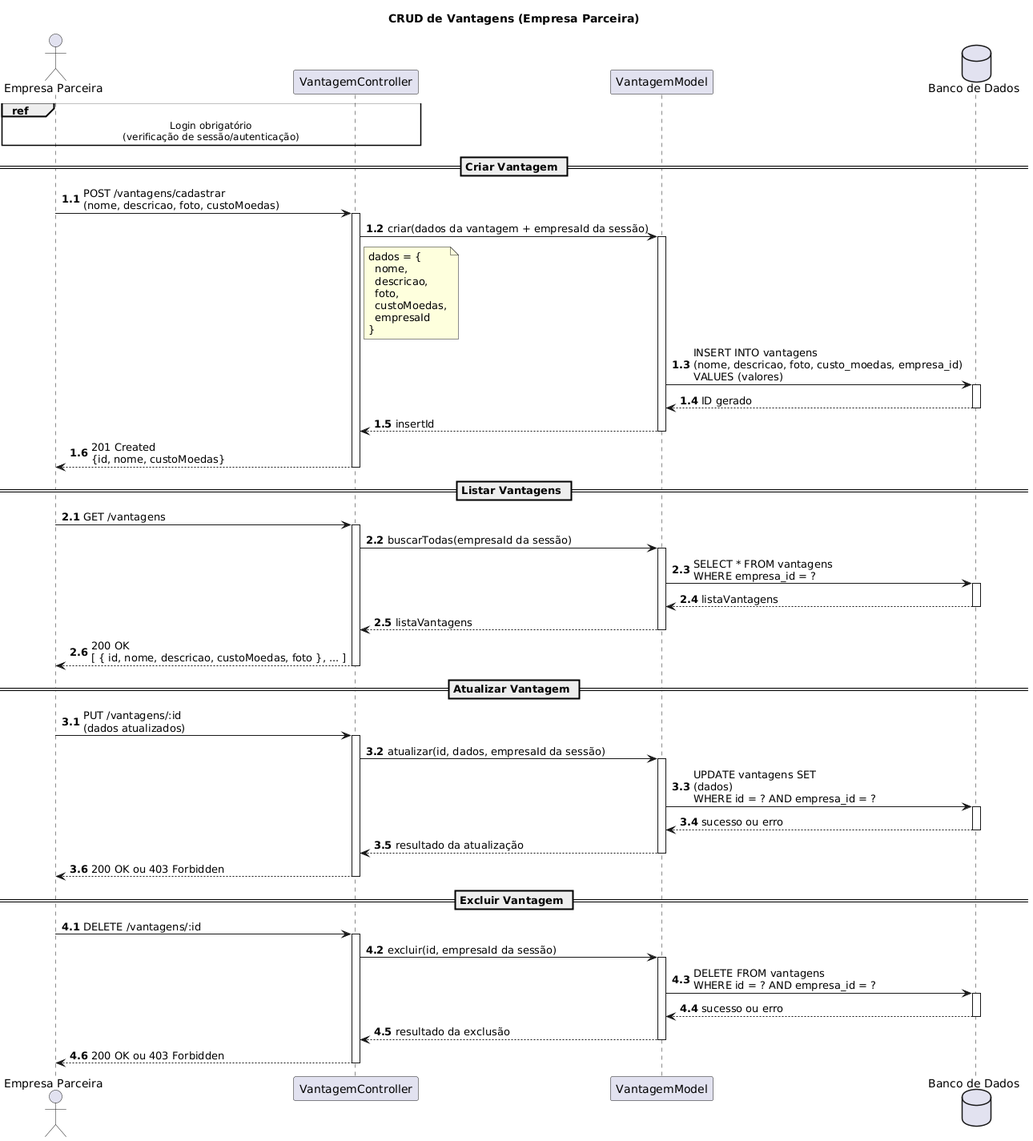
The PlantUML diagram project/img/DiagramaDeSequenciaCadastrarVantagens.png in Eduuhms/LDS-Sistema-de-Moeda-Estudantil, before a commit.
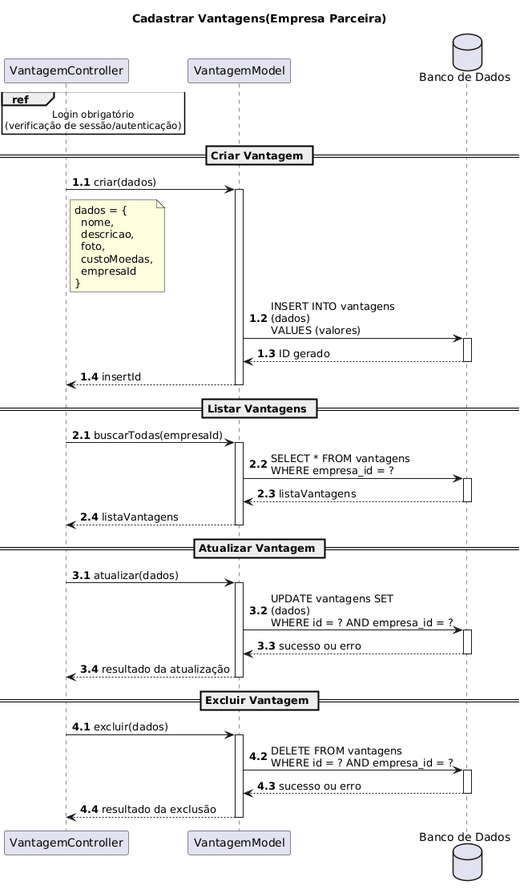
Above is the later version.

Commit message:
corrigindo diagramas antigos

Diff of the diagram source:
```diff
@@ -1,19 +1,15 @@
 @startuml
-title CRUD de Vantagens (Empresa Parceira)
+title Cadastrar Vantagens(Empresa Parceira)
 
-actor "Empresa Parceira" as Empresa
 participant "VantagemController" as Controller
 participant "VantagemModel" as Model
 database "Banco de Dados" as DB
 
-ref over Empresa, Controller : Login obrigatório\n(verificação de sessão/autenticação)
+ref over Controller : Login obrigatório\n(verificação de sessão/autenticação)
 
 == Criar Vantagem ==
 autonumber 1.1
-Empresa -> Controller: POST /vantagens/cadastrar\n(nome, descricao, foto, custoMoedas)
-activate Controller
-
-Controller -> Model: criar(dados da vantagem + empresaId da sessão)
+Controller -> Model: criar(dados)
 activate Model
 note right of Controller
 dados = {
@@ -25,7 +21,7 @@
 }
 end note
 
-Model -> DB: INSERT INTO vantagens\n(nome, descricao, foto, custo_moedas, empresa_id)\nVALUES (valores)
+Model -> DB: INSERT INTO vantagens\n(dados)\nVALUES (valores)
 activate DB
 DB --> Model: ID gerado
 deactivate DB
@@ -33,15 +29,9 @@
 Model --> Controller: insertId
 deactivate Model
 
-Controller --> Empresa: 201 Created\n{id, nome, custoMoedas}
-deactivate Controller
-
 == Listar Vantagens ==
 autonumber 2.1
-Empresa -> Controller: GET /vantagens
-activate Controller
-
-Controller -> Model: buscarTodas(empresaId da sessão)
+Controller -> Model: buscarTodas(empresaId)
 activate Model
 
 Model -> DB: SELECT * FROM vantagens\nWHERE empresa_id = ?
@@ -52,15 +42,9 @@
 Model --> Controller: listaVantagens
 deactivate Model
 
-Controller --> Empresa: 200 OK\n[ { id, nome, descricao, custoMoedas, foto }, ... ]
-deactivate Controller
-
 == Atualizar Vantagem ==
 autonumber 3.1
-Empresa -> Controller: PUT /vantagens/:id\n(dados atualizados)
-activate Controller
-
-Controller -> Model: atualizar(id, dados, empresaId da sessão)
+Controller -> Model: atualizar(dados)
 activate Model
 
 Model -> DB: UPDATE vantagens SET\n(dados)\nWHERE id = ? AND empresa_id = ?
@@ -71,15 +55,9 @@
 Model --> Controller: resultado da atualização
 deactivate Model
 
-Controller --> Empresa: 200 OK ou 403 Forbidden
-deactivate Controller
-
 == Excluir Vantagem ==
 autonumber 4.1
-Empresa -> Controller: DELETE /vantagens/:id
-activate Controller
-
-Controller -> Model: excluir(id, empresaId da sessão)
+Controller -> Model: excluir(dados)
 activate Model
 
 Model -> DB: DELETE FROM vantagens\nWHERE id = ? AND empresa_id = ?
@@ -89,7 +67,4 @@
 
 Model --> Controller: resultado da exclusão
 deactivate Model
-
-Controller --> Empresa: 200 OK ou 403 Forbidden
-deactivate Controller
 @enduml
```
